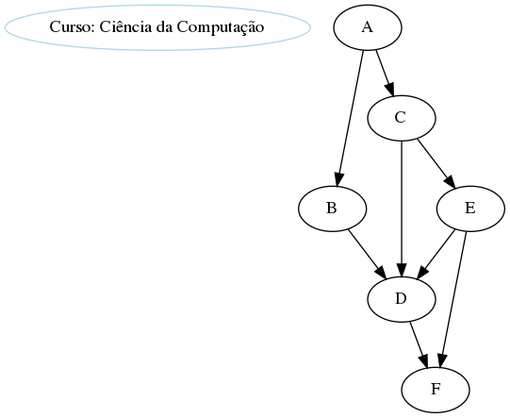
Before: Projeto_2/grafo.dot.png, a diagram exported from Graphviz (joaoadm94/tag-2019-2). Its source is kept beside it as Projeto_2/grafo.dot.
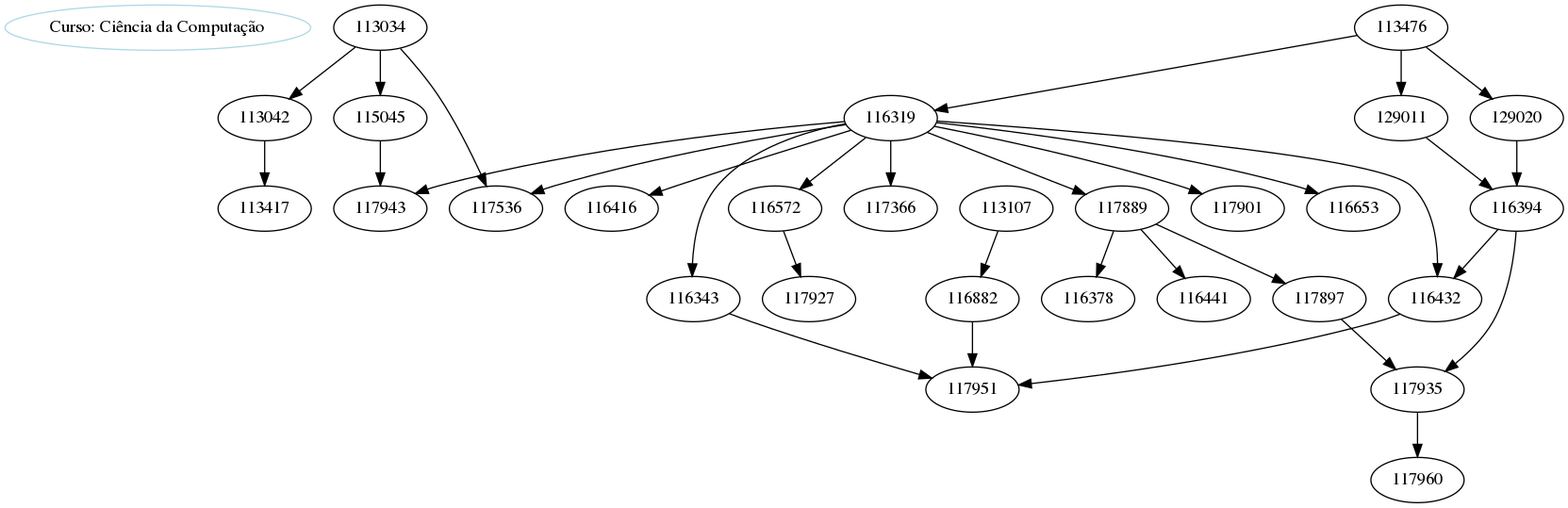
After the change.

Diff of the diagram source:
```diff
@@ -1,11 +1,36 @@
 digraph Disciplinas {
- c [color=lightblue, label="Curso: Ciência da Computação"];"A" -> "B";
-"A" -> "C";
-"B" -> "D";
-"C" -> "D";
-"C" -> "E";
-"D" -> "F";
-"E" -> "D";
-"E" -> "F";
+ c [color=lightblue, label="Curso: Ciência da Computação"];
+"113034" -> "113042";
+"113034" -> "115045";
+"113034" -> "117536";
+"113476" -> "129011";
+"113476" -> "129020";
+"113476" -> "116319";
+"129011" -> "116394";
+"129020" -> "116394";
+"113042" -> "113417";
+"116319" -> "117889";
+"116319" -> "117366";
+"116319" -> "117901";
+"116319" -> "116572";
+"116319" -> "116343";
+"116319" -> "116653";
+"116319" -> "116432";
+"116319" -> "116416";
+"116319" -> "117943";
+"116319" -> "117536";
+"116394" -> "117935";
+"116394" -> "116432";
+"117889" -> "117897";
+"117889" -> "116441";
+"117889" -> "116378";
+"113107" -> "116882";
+"115045" -> "117943";
+"117897" -> "117935";
+"116572" -> "117927";
+"116343" -> "117951";
+"117935" -> "117960";
+"116432" -> "117951";
+"116882" -> "117951";
 
 }
```
